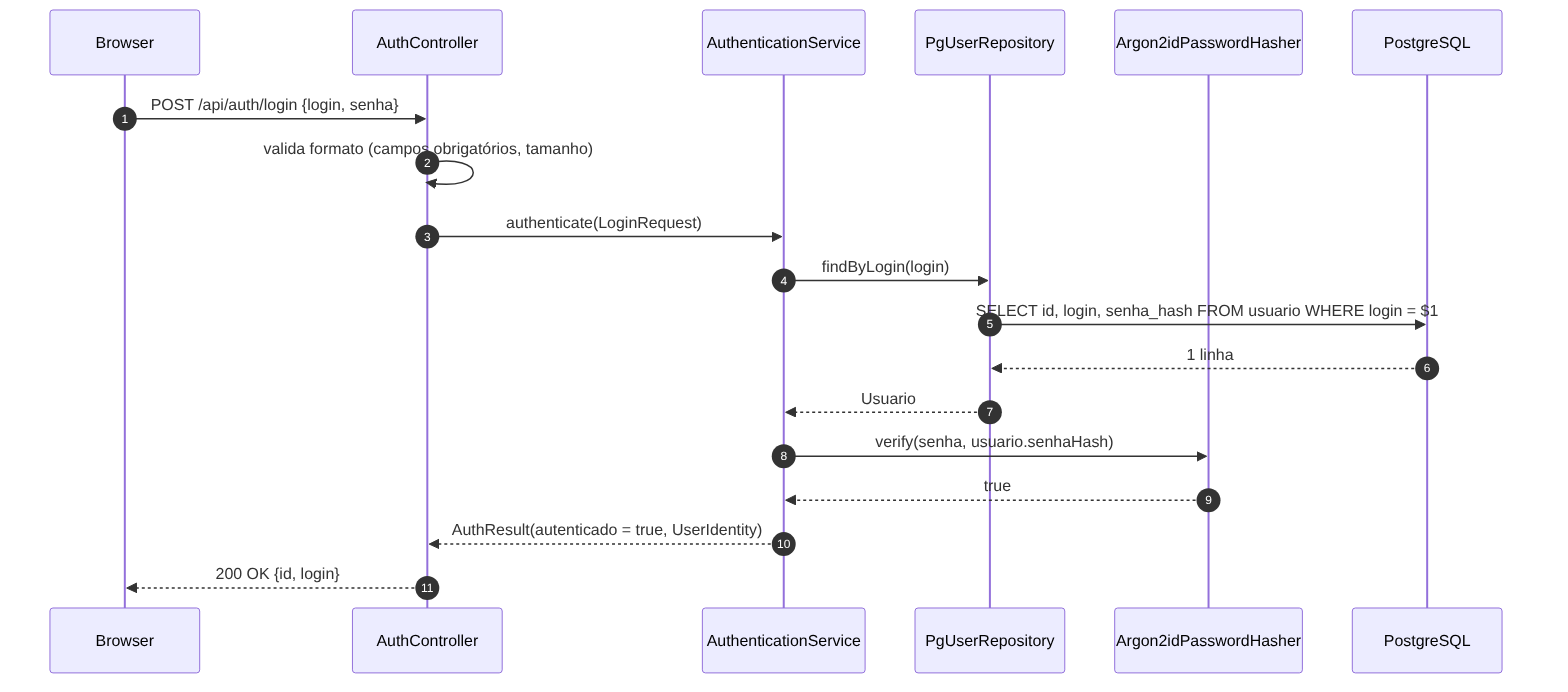
The Mermaid diagram aps/diagramas/fig08-sequencia-sucesso.png in LucasRikelmi/aps-arquitetura, before a commit. Its source is kept beside it as aps/diagramas/fig08-sequencia-sucesso.mmd.
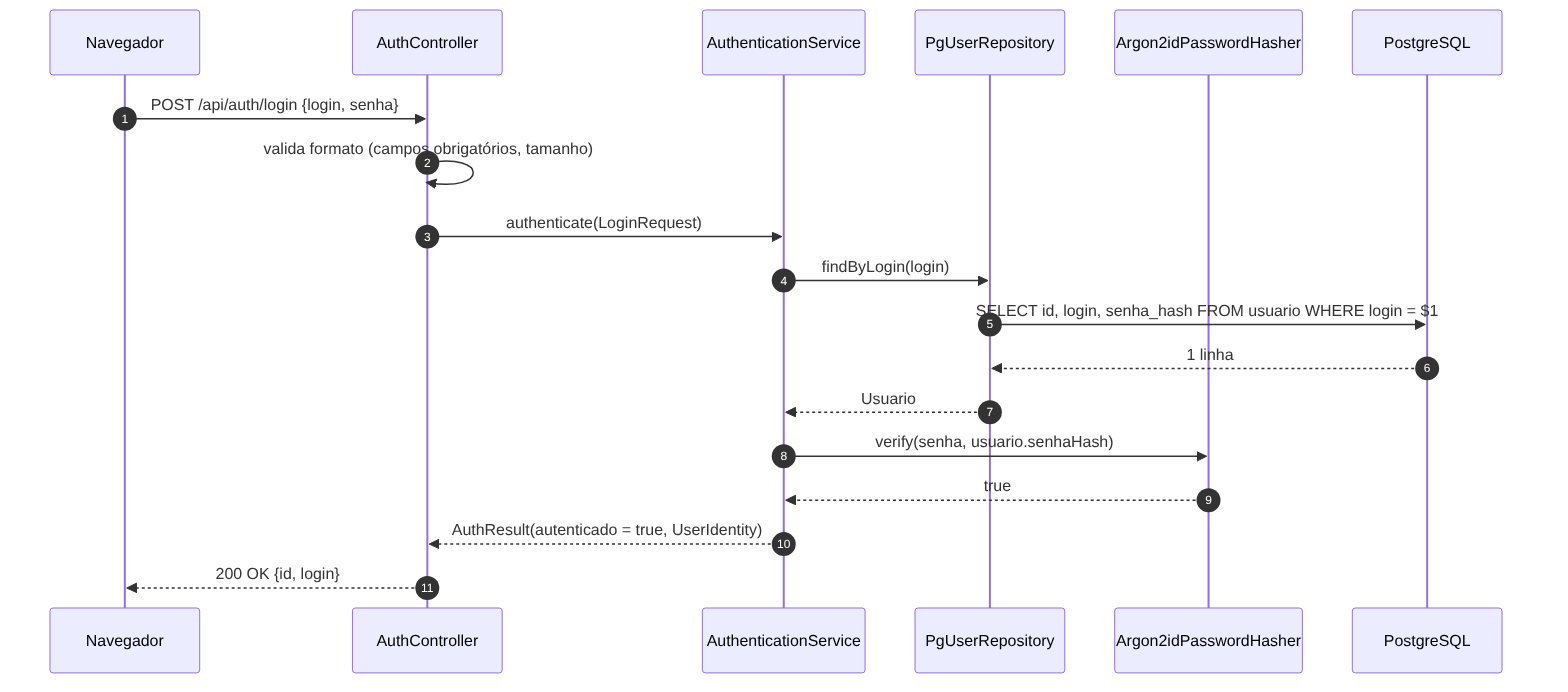
After the change.

Commit message:
[G7] navegador no lugar de browser nas Figuras 2, 3, 8 e 9 (D1)

Change to the diagram source:
```diff
@@ -1,6 +1,6 @@
 sequenceDiagram
   autonumber
-  participant B as Browser
+  participant B as Navegador
   participant C as AuthController
   participant S as AuthenticationService
   participant R as PgUserRepository
```
